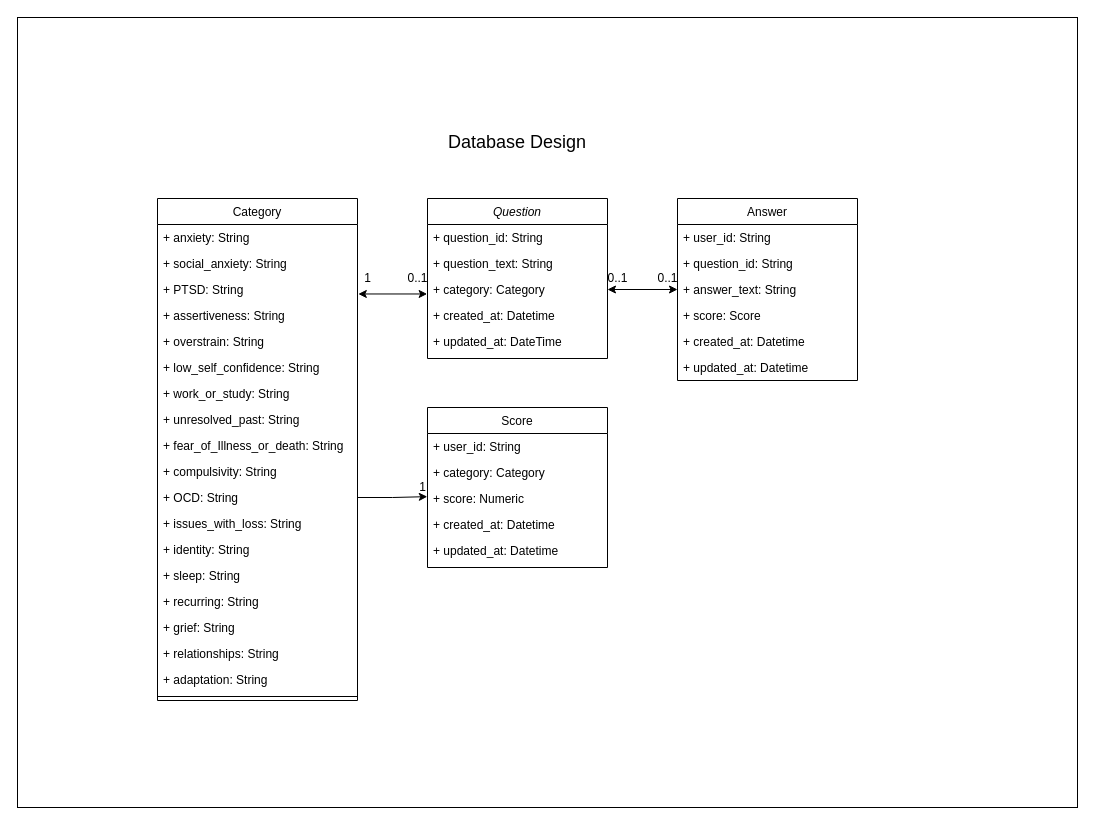
This is Untitled Diagram.drawio from danofoundation/solution-4, a draw.io file, before an edit. Source tidied: cells renumbered, new cells numbered last; positions are measured from the earlier drawing's top-left corner, leaving out a move shared by most shapes. Both pictures are drawn from the tidied source at 100%, with x=0, y=0 at pixel (17, 17).
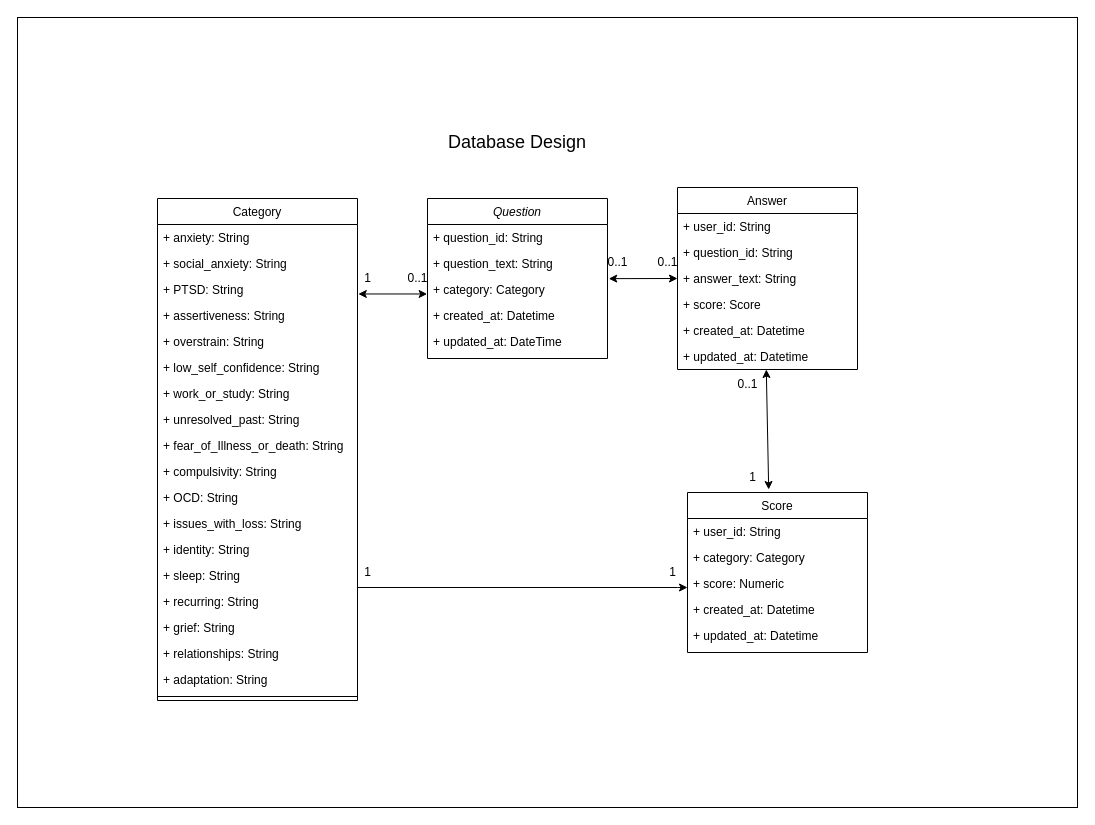
The same page after the edit.

Unchanged cells that the change refers to:
```xml
<mxCell id="6" value="+ category: Category" style="text;align=left;verticalAlign=top;spacingLeft=4;spacingRight=4;overflow=hidden;points=[[0,0.5],[1,0.5]];portConstraint=eastwest;rounded=0;shadow=0;html=0;" parent="3" vertex="1">
  <mxGeometry y="78" width="180" height="26" as="geometry" />
</mxCell>
<mxCell id="20" value="+ OCD: String" style="text;align=left;verticalAlign=top;spacingLeft=4;spacingRight=4;overflow=hidden;points=[[0,0.5],[1,0.5]];portConstraint=eastwest;" parent="9" vertex="1">
  <mxGeometry y="286" width="200" height="26" as="geometry" />
</mxCell>
<mxCell id="32" value="+ answer_text: String" style="text;align=left;verticalAlign=top;spacingLeft=4;spacingRight=4;overflow=hidden;points=[[0,0.5],[1,0.5]];portConstraint=eastwest;rounded=0;shadow=0;html=0;" parent="29" vertex="1">
  <mxGeometry y="78" width="180" height="26" as="geometry" />
</mxCell>
<mxCell id="46" value="+ score: Numeric" style="text;align=left;verticalAlign=top;spacingLeft=4;spacingRight=4;overflow=hidden;points=[[0,0.5],[1,0.5]];portConstraint=eastwest;rounded=0;shadow=0;html=0;" parent="43" vertex="1">
  <mxGeometry y="78" width="180" height="26" as="geometry" />
</mxCell>
```

What changed in the source:
```diff
@@
     <mxCell id="29" value="Answer" style="swimlane;fontStyle=0;align=center;verticalAlign=top;horizontal=1;startSize=26;rounded=0;shadow=0;strokeWidth=1;" parent="1" vertex="1">
-      <mxGeometry x="660" y="181" width="180" height="182" as="geometry" />
+      <mxGeometry x="660" y="170" width="180" height="182" as="geometry" />
     </mxCell>
@@
-    <mxCell id="37" style="endArrow=classic;startArrow=classic;html=1;rounded=0;exitX=1;exitY=0.5;exitDx=0;exitDy=0;entryX=0;entryY=0.5;entryDx=0;entryDy=0;" parent="1" edge="1" source="6" target="32">
+    <mxCell id="37" style="endArrow=classic;startArrow=classic;html=1;rounded=0;exitX=0.281;exitY=1.038;exitDx=0;exitDy=0;entryX=0;entryY=0.5;entryDx=0;entryDy=0;exitPerimeter=0;" parent="1" edge="1" source="38" target="32">
       <mxGeometry relative="1" as="geometry" />
     </mxCell>
     <mxCell id="38" value="0..1" style="text;html=1;align=center;verticalAlign=middle;points=[];strokeColor=none;fillColor=none;" parent="1" vertex="1">
-      <mxGeometry x="580" y="246" width="40" height="30" as="geometry" />
+      <mxGeometry x="580" y="230" width="40" height="30" as="geometry" />
     </mxCell>
     <mxCell id="39" value="0..1" style="text;html=1;align=center;verticalAlign=middle;strokeColor=none;fillColor=none;" parent="1" vertex="1">
-      <mxGeometry x="630" y="246" width="40" height="30" as="geometry" />
+      <mxGeometry x="630" y="230" width="40" height="30" as="geometry" />
     </mxCell>
@@
     <mxCell id="43" value="Score" style="swimlane;fontStyle=0;align=center;verticalAlign=top;horizontal=1;startSize=26;rounded=0;shadow=0;strokeWidth=1;" parent="1" vertex="1">
-      <mxGeometry x="410" y="390" width="180" height="160" as="geometry" />
+      <mxGeometry x="670" y="475" width="180" height="160" as="geometry" />
     </mxCell>
@@
-    <mxCell id="49" style="edgeStyle=orthogonalEdgeStyle;rounded=0;jettySize=auto;html=1;entryX=-0.001;entryY=0.429;entryDx=0;entryDy=0;entryPerimeter=0;" parent="1" edge="1" source="20" target="46">
-      <mxGeometry relative="1" as="geometry" />
+    <mxCell id="49" style="edgeStyle=orthogonalEdgeStyle;rounded=0;orthogonalLoop=1;jettySize=auto;html=1;" parent="1" edge="1">
+      <mxGeometry relative="1" as="geometry">
+        <mxPoint x="340.2" y="570" as="sourcePoint" />
+        <mxPoint x="670" y="570" as="targetPoint" />
+        <Array as="points">
+          <mxPoint x="660" y="570" />
+        </Array>
+      </mxGeometry>
     </mxCell>
     <mxCell id="50" value="1" style="text;html=1;align=center;verticalAlign=middle;strokeColor=none;fillColor=none;" parent="1" vertex="1">
-      <mxGeometry x="390" y="455" width="30" height="30" as="geometry" />
+      <mxGeometry x="335" y="540" width="30" height="30" as="geometry" />
     </mxCell>
+    <mxCell id="51" style="endArrow=classic;startArrow=classic;html=1;rounded=0;exitX=0.371;exitY=-0.025;exitDx=0;exitDy=0;entryX=0.413;entryY=0.962;entryDx=0;entryDy=0;exitPerimeter=0;entryPerimeter=0;" parent="1" edge="1">
+      <mxGeometry relative="1" as="geometry">
+        <mxPoint x="751.2" y="472" as="sourcePoint" />
+        <mxPoint x="748.8" y="352" as="targetPoint" />
+      </mxGeometry>
+    </mxCell>
+    <mxCell id="52" value="0..1" style="text;html=1;align=center;verticalAlign=middle;strokeColor=none;fillColor=none;" parent="1" vertex="1">
+      <mxGeometry x="710" y="352" width="40" height="30" as="geometry" />
+    </mxCell>
+    <mxCell id="53" value="1" style="text;html=1;align=center;verticalAlign=middle;strokeColor=none;fillColor=none;" parent="1" vertex="1">
+      <mxGeometry x="640" y="540" width="30" height="30" as="geometry" />
+    </mxCell>
+    <mxCell id="54" value="1" style="text;html=1;align=center;verticalAlign=middle;strokeColor=none;fillColor=none;" parent="1" vertex="1">
+      <mxGeometry x="720" y="445" width="30" height="30" as="geometry" />
+    </mxCell>
```
